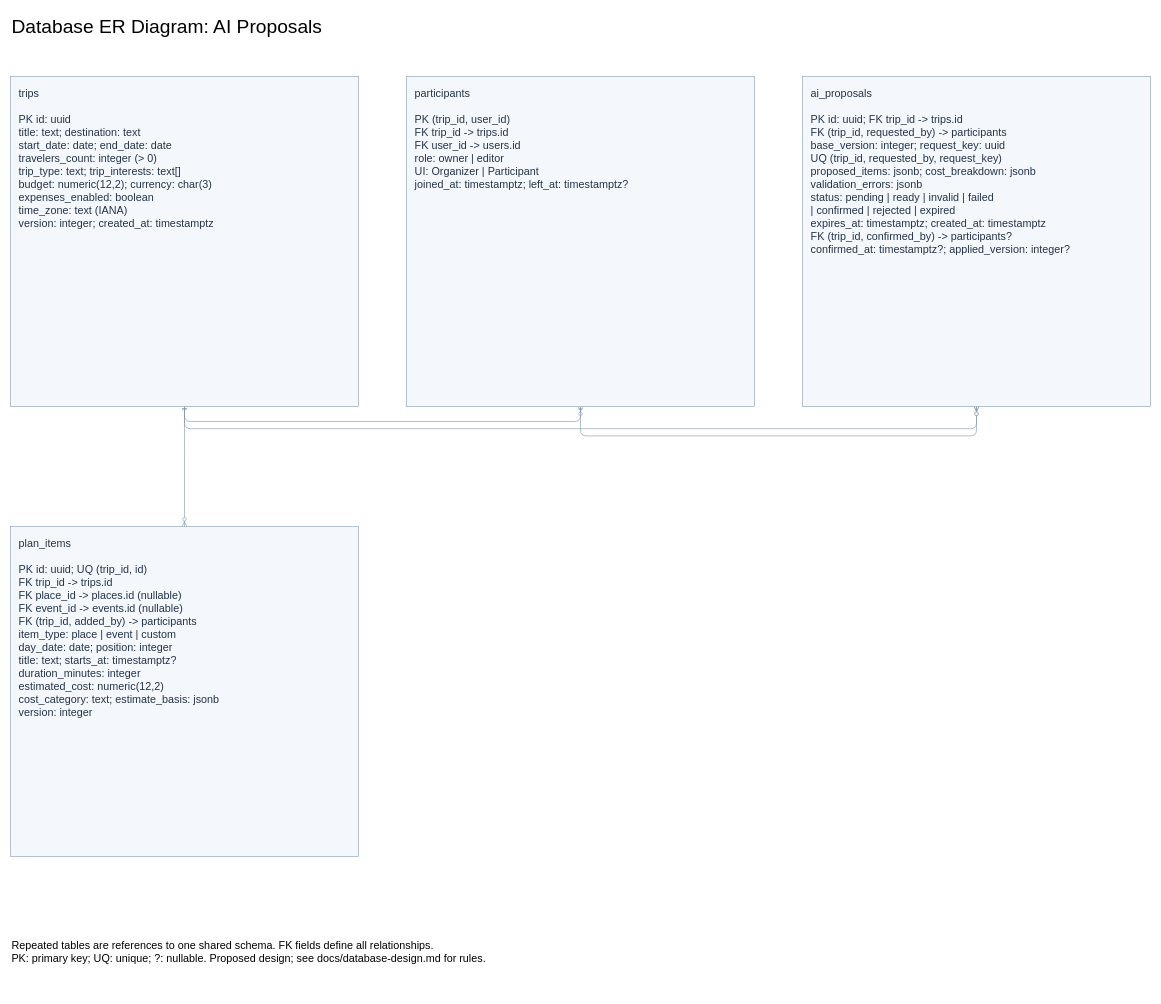
Above: page "AI Proposals" (4 of 4) of diagrams/database-er.drawio in yer455yl/collaborative-trip-planning (draw.io), before the change. Source tidied: cells renumbered, new cells numbered last; positions are measured from the earlier drawing's top-left corner, leaving out a move shared by most shapes. Both pictures are drawn from the tidied source at 60%, with x=0, y=0 at pixel (10, 10).
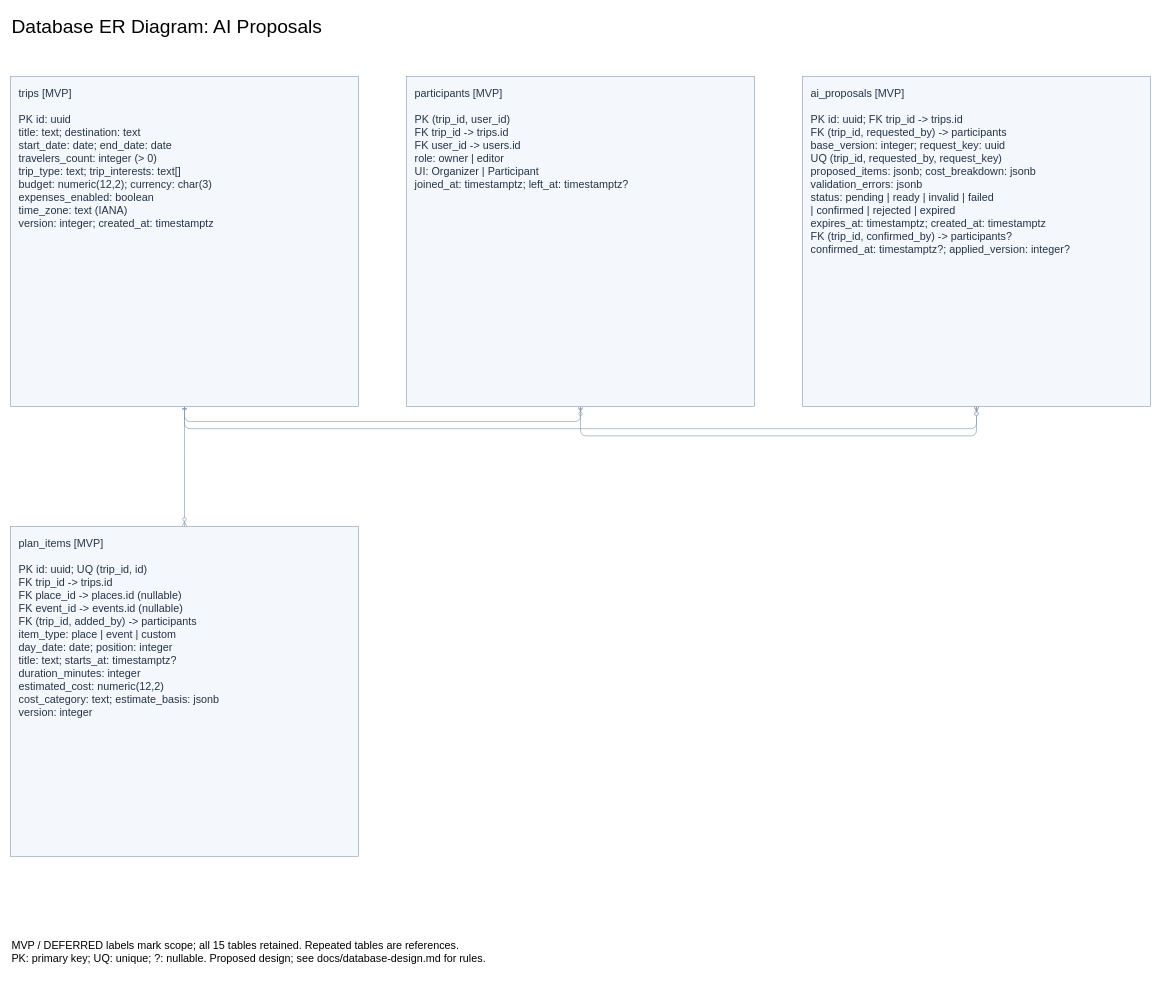
Above is the later version.

Change to the diagram source:
```diff
@@
 <mxGraphModel>
   <root>
     <mxCell id="0" />
     <mxCell id="1" parent="0" />
     <mxCell id="2" value="Database ER Diagram: AI Proposals" style="text;html=0;fontSize=32;align=left;" parent="1" vertex="1">
       <mxGeometry width="1900" height="55" as="geometry" />
     </mxCell>
     <mxCell id="3" style="edgeStyle=none;startArrow=ERone;endArrow=ERzeroToMany;strokeColor=#8294aa;exitX=0.5;exitY=1;entryX=0.5;entryY=1;" parent="1" edge="1" source="7" target="8">
       <mxGeometry relative="1" as="geometry">
         <Array as="points">
           <mxPoint x="290" y="685" />
           <mxPoint x="950" y="685" />
         </Array>
       </mxGeometry>
     </mxCell>
     <mxCell id="4" style="edgeStyle=none;startArrow=ERone;endArrow=ERzeroToMany;strokeColor=#8294aa;exitX=0.5;exitY=1;entryX=0.5;entryY=1;" parent="1" edge="1" source="7" target="9">
       <mxGeometry relative="1" as="geometry">
         <Array as="points">
           <mxPoint x="290" y="697" />
           <mxPoint x="1610" y="697" />
         </Array>
       </mxGeometry>
     </mxCell>
     <mxCell id="5" style="edgeStyle=none;startArrow=ERone;endArrow=ERzeroToMany;strokeColor=#8294aa;exitX=0.5;exitY=1;entryX=0.5;entryY=1;" parent="1" edge="1" source="8" target="9">
       <mxGeometry relative="1" as="geometry">
         <Array as="points">
           <mxPoint x="950" y="709" />
           <mxPoint x="1610" y="709" />
         </Array>
       </mxGeometry>
     </mxCell>
     <mxCell id="6" style="edgeStyle=none;startArrow=ERone;endArrow=ERzeroToMany;strokeColor=#8294aa;exitX=0.5;exitY=1;entryX=0.5;entryY=0;" parent="1" edge="1" source="7" target="10">
       <mxGeometry relative="1" as="geometry">
         <Array as="points">
           <mxPoint x="290" y="721" />
           <mxPoint x="290" y="721" />
         </Array>
       </mxGeometry>
     </mxCell>
-    <mxCell id="7" value="trips&#10;&#10;PK id: uuid&#10;title: text; destination: text&#10;start_date: date; end_date: date&#10;travelers_count: integer (&gt; 0)&#10;trip_type: text; trip_interests: text[]&#10;budget: numeric(12,2); currency: char(3)&#10;expenses_enabled: boolean&#10;time_zone: text (IANA)&#10;version: integer; created_at: timestamptz" style="rounded=0;whiteSpace=wrap;html=0;fillColor=#f4f7fb;strokeColor=#879bb5;fontColor=#243449;fontSize=18;align=left;verticalAlign=top;spacing=14;" parent="1" vertex="1">
+    <mxCell id="7" value="trips [MVP]&#10;&#10;PK id: uuid&#10;title: text; destination: text&#10;start_date: date; end_date: date&#10;travelers_count: integer (&gt; 0)&#10;trip_type: text; trip_interests: text[]&#10;budget: numeric(12,2); currency: char(3)&#10;expenses_enabled: boolean&#10;time_zone: text (IANA)&#10;version: integer; created_at: timestamptz" style="rounded=0;whiteSpace=wrap;html=0;fillColor=#f4f7fb;strokeColor=#879bb5;fontColor=#243449;fontSize=18;align=left;verticalAlign=top;spacing=14;" parent="1" vertex="1">
       <mxGeometry y="110" width="580" height="550" as="geometry" />
     </mxCell>
-    <mxCell id="8" value="participants&#10;&#10;PK (trip_id, user_id)&#10;FK trip_id -&gt; trips.id&#10;FK user_id -&gt; users.id&#10;role: owner | editor&#10;UI: Organizer | Participant&#10;joined_at: timestamptz; left_at: timestamptz?" style="rounded=0;whiteSpace=wrap;html=0;fillColor=#f4f7fb;strokeColor=#879bb5;fontColor=#243449;fontSize=18;align=left;verticalAlign=top;spacing=14;" parent="1" vertex="1">
+    <mxCell id="8" value="participants [MVP]&#10;&#10;PK (trip_id, user_id)&#10;FK trip_id -&gt; trips.id&#10;FK user_id -&gt; users.id&#10;role: owner | editor&#10;UI: Organizer | Participant&#10;joined_at: timestamptz; left_at: timestamptz?" style="rounded=0;whiteSpace=wrap;html=0;fillColor=#f4f7fb;strokeColor=#879bb5;fontColor=#243449;fontSize=18;align=left;verticalAlign=top;spacing=14;" parent="1" vertex="1">
       <mxGeometry x="660" y="110" width="580" height="550" as="geometry" />
     </mxCell>
-    <mxCell id="9" value="ai_proposals&#10;&#10;PK id: uuid; FK trip_id -&gt; trips.id&#10;FK (trip_id, requested_by) -&gt; participants&#10;base_version: integer; request_key: uuid&#10;UQ (trip_id, requested_by, request_key)&#10;proposed_items: jsonb; cost_breakdown: jsonb&#10;validation_errors: jsonb&#10;status: pending | ready | invalid | failed&#10;        | confirmed | rejected | expired&#10;expires_at: timestamptz; created_at: timestamptz&#10;FK (trip_id, confirmed_by) -&gt; participants?&#10;confirmed_at: timestamptz?; applied_version: integer?" style="rounded=0;whiteSpace=wrap;html=0;fillColor=#f4f7fb;strokeColor=#879bb5;fontColor=#243449;fontSize=18;align=left;verticalAlign=top;spacing=14;" parent="1" vertex="1">
+    <mxCell id="9" value="ai_proposals [MVP]&#10;&#10;PK id: uuid; FK trip_id -&gt; trips.id&#10;FK (trip_id, requested_by) -&gt; participants&#10;base_version: integer; request_key: uuid&#10;UQ (trip_id, requested_by, request_key)&#10;proposed_items: jsonb; cost_breakdown: jsonb&#10;validation_errors: jsonb&#10;status: pending | ready | invalid | failed&#10;        | confirmed | rejected | expired&#10;expires_at: timestamptz; created_at: timestamptz&#10;FK (trip_id, confirmed_by) -&gt; participants?&#10;confirmed_at: timestamptz?; applied_version: integer?" style="rounded=0;whiteSpace=wrap;html=0;fillColor=#f4f7fb;strokeColor=#879bb5;fontColor=#243449;fontSize=18;align=left;verticalAlign=top;spacing=14;" parent="1" vertex="1">
       <mxGeometry x="1320" y="110" width="580" height="550" as="geometry" />
     </mxCell>
-    <mxCell id="10" value="plan_items&#10;&#10;PK id: uuid; UQ (trip_id, id)&#10;FK trip_id -&gt; trips.id&#10;FK place_id -&gt; places.id (nullable)&#10;FK event_id -&gt; events.id (nullable)&#10;FK (trip_id, added_by) -&gt; participants&#10;item_type: place | event | custom&#10;day_date: date; position: integer&#10;title: text; starts_at: timestamptz?&#10;duration_minutes: integer&#10;estimated_cost: numeric(12,2)&#10;cost_category: text; estimate_basis: jsonb&#10;version: integer" style="rounded=0;whiteSpace=wrap;html=0;fillColor=#f4f7fb;strokeColor=#879bb5;fontColor=#243449;fontSize=18;align=left;verticalAlign=top;spacing=14;" parent="1" vertex="1">
+    <mxCell id="10" value="plan_items [MVP]&#10;&#10;PK id: uuid; UQ (trip_id, id)&#10;FK trip_id -&gt; trips.id&#10;FK place_id -&gt; places.id (nullable)&#10;FK event_id -&gt; events.id (nullable)&#10;FK (trip_id, added_by) -&gt; participants&#10;item_type: place | event | custom&#10;day_date: date; position: integer&#10;title: text; starts_at: timestamptz?&#10;duration_minutes: integer&#10;estimated_cost: numeric(12,2)&#10;cost_category: text; estimate_basis: jsonb&#10;version: integer" style="rounded=0;whiteSpace=wrap;html=0;fillColor=#f4f7fb;strokeColor=#879bb5;fontColor=#243449;fontSize=18;align=left;verticalAlign=top;spacing=14;" parent="1" vertex="1">
       <mxGeometry y="860" width="580" height="550" as="geometry" />
     </mxCell>
-    <mxCell id="11" value="Repeated tables are references to one shared schema. FK fields define all relationships.&#10;PK: primary key; UQ: unique; ?: nullable. Proposed design; see docs/database-design.md for rules." style="text;html=0;fontSize=18;align=left;" parent="1" vertex="1">
+    <mxCell id="11" value="MVP / DEFERRED labels mark scope; all 15 tables retained. Repeated tables are references.&#10;PK: primary key; UQ: unique; ?: nullable. Proposed design; see docs/database-design.md for rules." style="text;html=0;fontSize=18;align=left;" parent="1" vertex="1">
       <mxGeometry y="1540" width="1880" height="100" as="geometry" />
     </mxCell>
   </root>
 </mxGraphModel>
```
